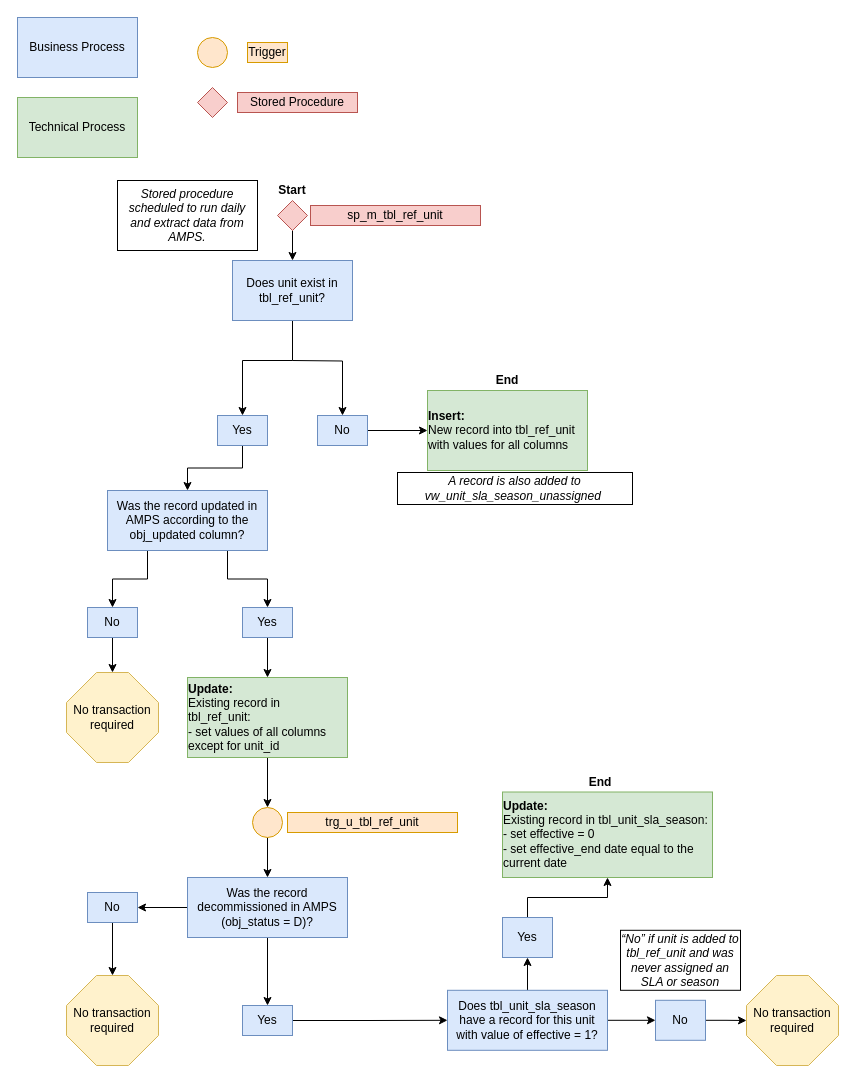
The draw.io diagram images/trg_unit_decommissioned.drawio in NYC-Parks/SLADB, before the edit. Source tidied: cells renumbered, new cells numbered last; positions are measured from the earlier drawing's top-left corner, leaving out a move shared by most shapes. Both pictures are drawn from the tidied source at 100%, with x=0, y=0 at pixel (17, 17).
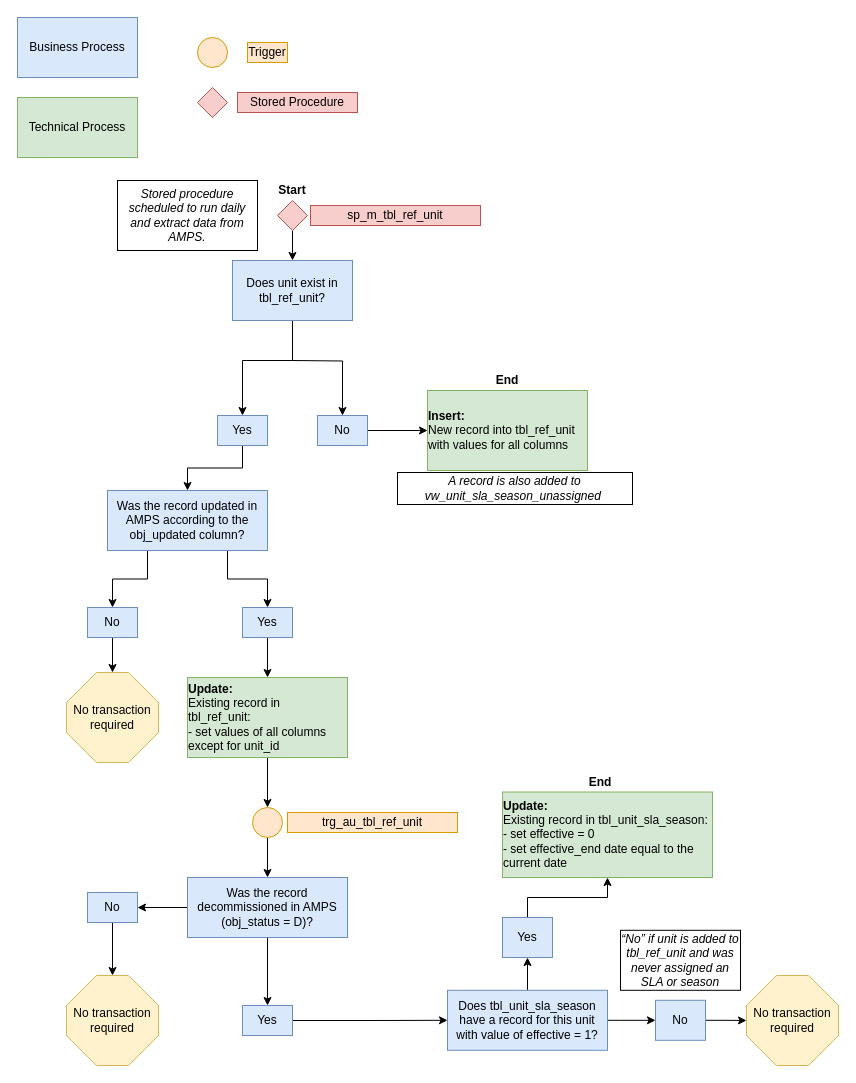
The same page after the edit.

What changed in the source:
```diff
@@
-    <mxCell id="17" value="trg_u_tbl_ref_unit" style="text;html=1;strokeColor=#d79b00;fillColor=#ffe6cc;align=center;verticalAlign=middle;whiteSpace=wrap;rounded=0;" parent="1" vertex="1">
+    <mxCell id="17" value="trg_au_tbl_ref_unit" style="text;html=1;strokeColor=#d79b00;fillColor=#ffe6cc;align=center;verticalAlign=middle;whiteSpace=wrap;rounded=0;" parent="1" vertex="1">
       <mxGeometry x="270" y="795" width="170" height="20" as="geometry" />
     </mxCell>
```
